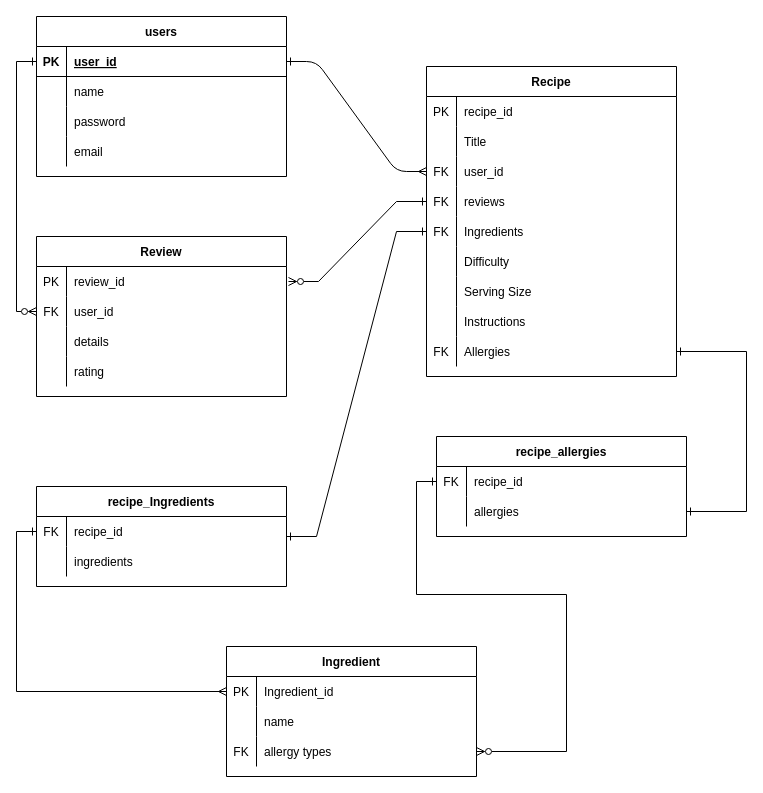
Earlier version of the draw.io diagram docs/Recipe_api.drawio (BenDavies1218/BenjaminDavies_T2A2). Source tidied: cells renumbered, new cells numbered last; positions are measured from the earlier drawing's top-left corner, leaving out a move shared by most shapes. Both pictures are drawn from the tidied source at 100%, with x=0, y=0 at pixel (36, 16).
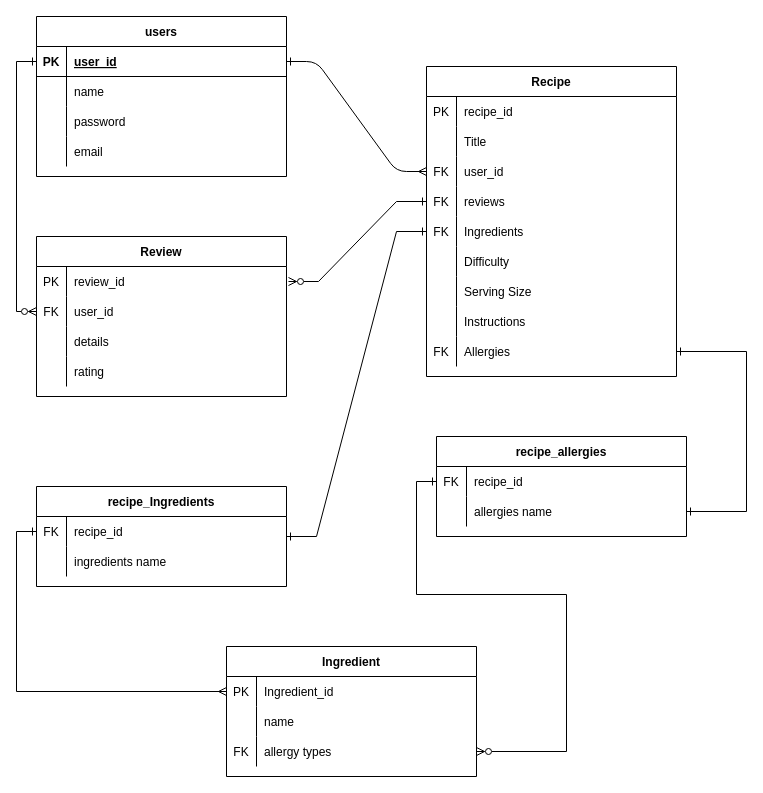
Above is the later version.

Unchanged cells that the change refers to:
```xml
<mxCell id="64" style="shape=partialRectangle;fillColor=none;points=[[0,0.5],[1,0.5]];portConstraint=eastwest;top=0;left=0;right=0;bottom=0;" parent="60" vertex="1">
  <mxGeometry y="60" width="250" height="30" as="geometry" />
</mxCell>
<mxCell id="84" style="shape=partialRectangle;fillColor=none;top=0;left=0;right=0;bottom=0;" parent="80" vertex="1">
  <mxGeometry y="60" width="250" height="30" as="geometry" />
</mxCell>
```

Diff of the diagram source:
```diff
@@
-    <mxCell id="66" value="allergies" style="shape=partialRectangle;overflow=hidden;fillColor=none;top=0;left=0;bottom=0;right=0;align=left;spacingLeft=6;" parent="64" vertex="1">
+    <mxCell id="66" value="allergies name" style="shape=partialRectangle;overflow=hidden;fillColor=none;top=0;left=0;bottom=0;right=0;align=left;spacingLeft=6;" parent="64" vertex="1">
       <mxGeometry x="30" width="220" height="30" as="geometry" />
     </mxCell>
@@
-    <mxCell id="86" value="ingredients" style="shape=partialRectangle;overflow=hidden;fillColor=none;top=0;left=0;bottom=0;right=0;align=left;spacingLeft=6;" parent="84" vertex="1">
+    <mxCell id="86" value="ingredients name" style="shape=partialRectangle;overflow=hidden;fillColor=none;top=0;left=0;bottom=0;right=0;align=left;spacingLeft=6;" parent="84" vertex="1">
       <mxGeometry x="30" width="220" height="30" as="geometry" />
     </mxCell>
```
